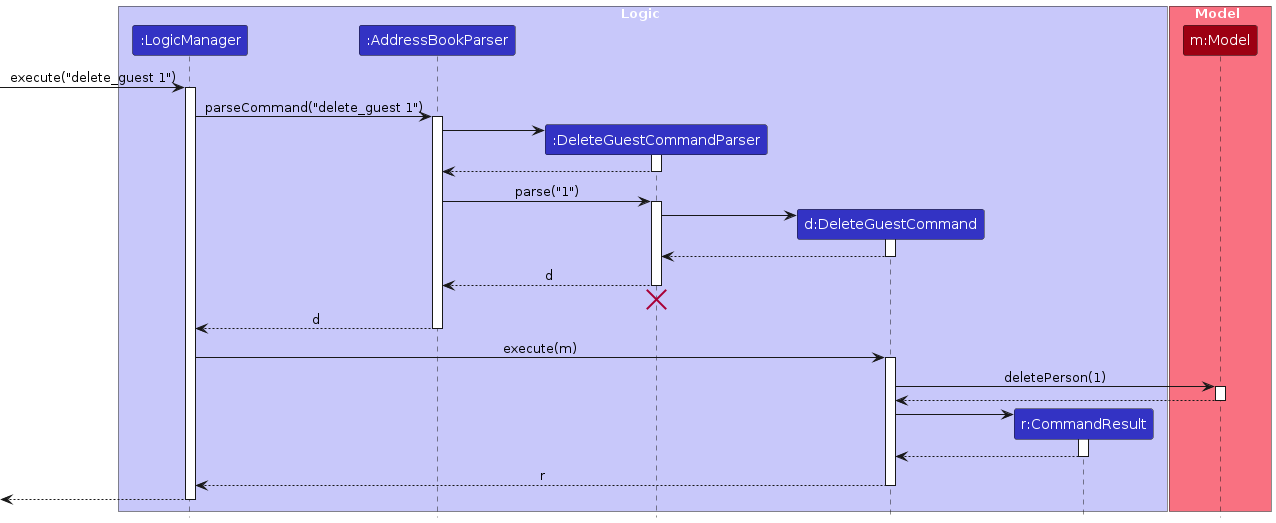
Earlier version of the PlantUML export diagrams/DeleteGuestSequenceDiagram.png (AY2425S1-CS2103T-F09-3/tp). Its source is kept beside it as diagrams/DeleteGuestSequenceDiagram.puml.
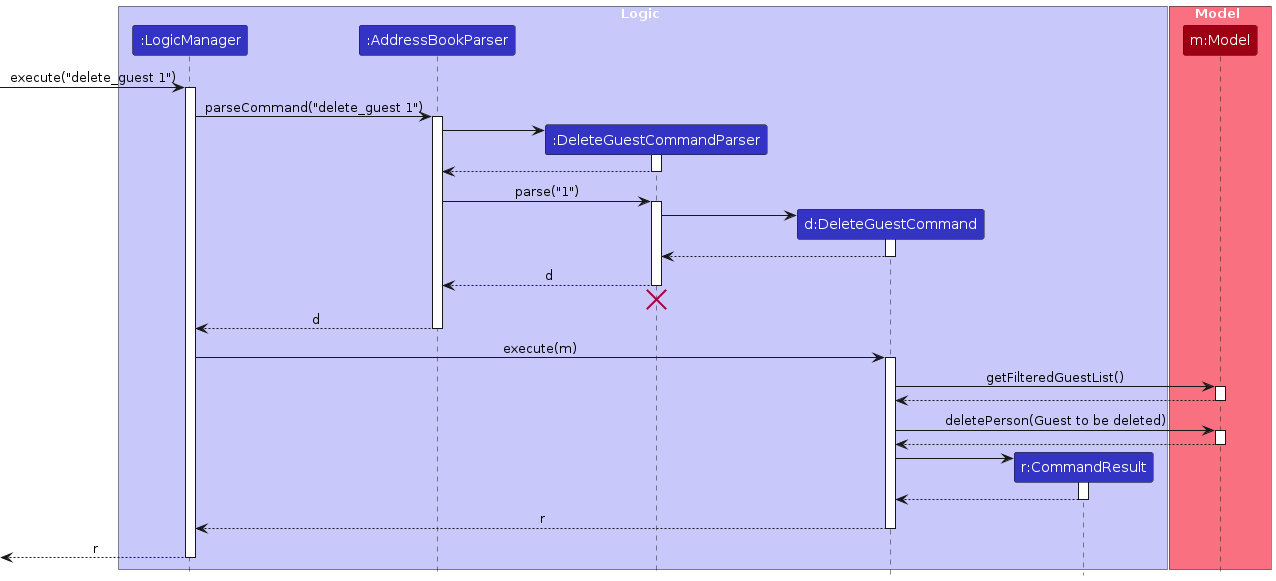
The same file after the commit.

The edit, as a diff of the source:
```diff
@@ -48,7 +48,13 @@
 LogicManager -> DeleteGuestCommand : execute(m)
 activate DeleteGuestCommand
 
-DeleteGuestCommand -> Model : deletePerson(1)
+DeleteGuestCommand -> Model : getFilteredGuestList()
+activate Model
+
+Model --> DeleteGuestCommand
+deactivate Model
+
+DeleteGuestCommand -> Model : deletePerson(Guest to be deleted)
 activate Model
 
 Model --> DeleteGuestCommand
@@ -64,6 +70,6 @@
 DeleteGuestCommand --> LogicManager : r
 deactivate DeleteGuestCommand
 
-[<--LogicManager
+[<--LogicManager: r
 deactivate LogicManager
 @enduml
```
